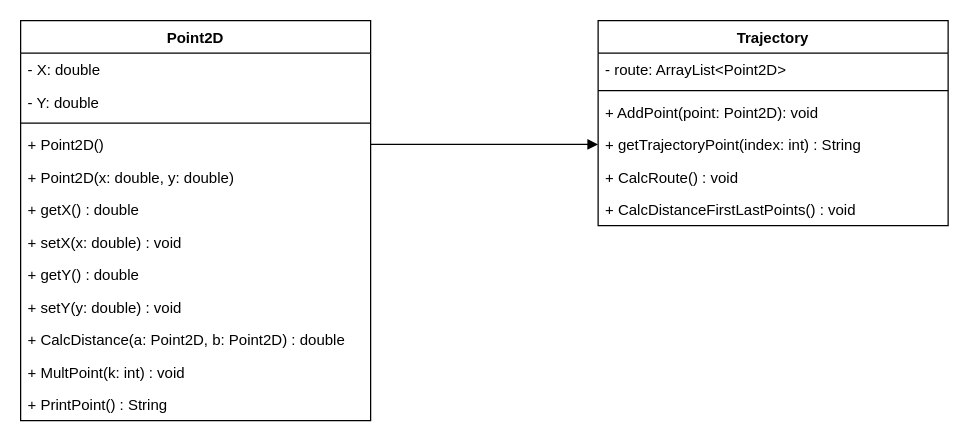
Above: Exercises/senac/Atv2/MathPoints/Diagram.drawio in kcoelho-dev/Java (draw.io), before the change. Source tidied: cells renumbered, new cells numbered last; positions are measured from the earlier drawing's top-left corner, leaving out a move shared by most shapes. Both pictures are drawn from the tidied source at 125%, with x=0, y=0 at pixel (20, 20).
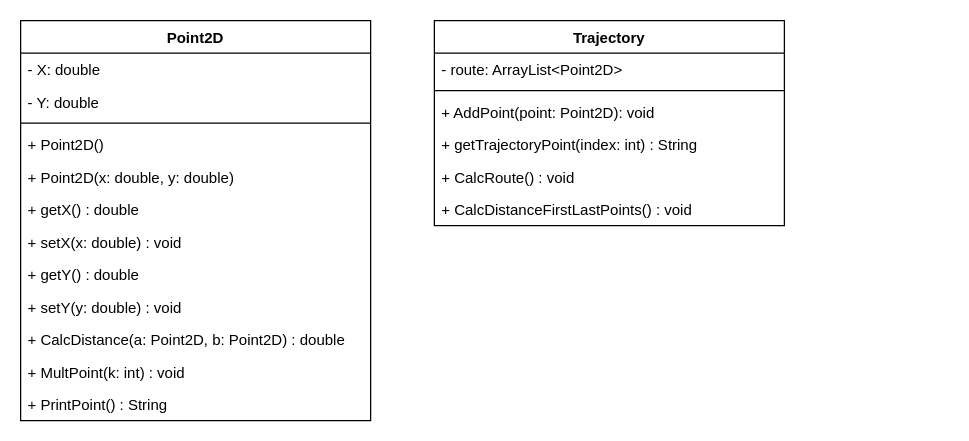
After the change.

Commit message:
Inserindo ByteBank Java

Unchanged cells that the change refers to:
```xml
<mxCell id="6" value="+ Point2D()" style="text;strokeColor=none;fillColor=none;align=left;verticalAlign=top;spacingLeft=4;spacingRight=4;overflow=hidden;points=[[0,0.5],[1,0.5]];portConstraint=eastwest;" parent="2" vertex="1">
  <mxGeometry y="86" width="280" height="26" as="geometry" />
</mxCell>
<mxCell id="19" value="+ getTrajectoryPoint(index: int) : String" style="text;strokeColor=none;fillColor=none;align=left;verticalAlign=top;spacingLeft=4;spacingRight=4;overflow=hidden;points=[[0,0.5],[1,0.5]];portConstraint=eastwest;" parent="15" vertex="1">
  <mxGeometry y="86" width="280" height="26" as="geometry" />
</mxCell>
```

What changed in the source:
```diff
@@
     <mxCell id="15" value="Trajectory" style="swimlane;fontStyle=1;align=center;verticalAlign=top;horizontal=1;startSize=26;" parent="1" vertex="1">
-      <mxGeometry x="462" width="280" height="164" as="geometry" />
+      <mxGeometry x="331" width="280" height="164" as="geometry" />
     </mxCell>
@@
-    <mxCell id="22" style="endArrow=block;endFill=1;html=1;edgeStyle=orthogonalEdgeStyle;align=left;verticalAlign=top;exitX=1;exitY=0.5;exitDx=0;exitDy=0;" parent="1" edge="1" source="6" target="19">
-      <mxGeometry x="-0.1" y="-120" relative="1" as="geometry" />
-    </mxCell>
```
